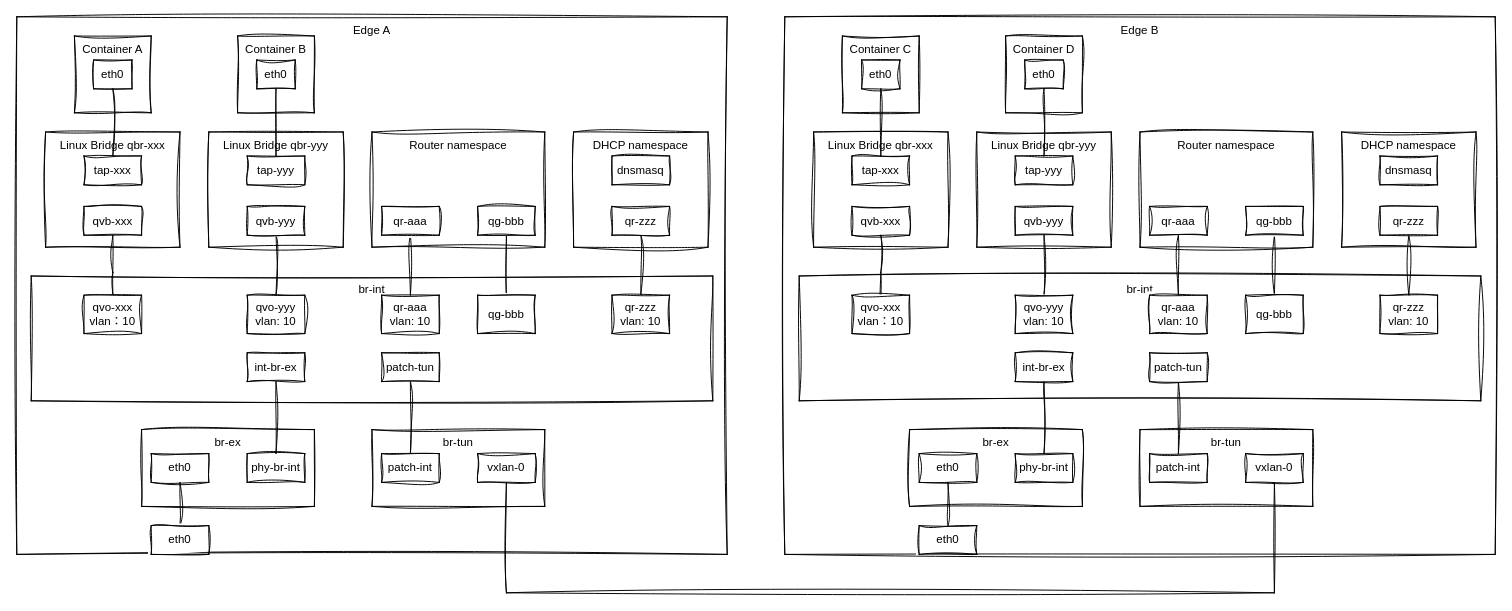
wangkuntian/draw keeps this draw.io diagram as page "多节点同一子网" (3 of 5) of test.drawio. Above is the earlier version. Source tidied: cells renumbered, new cells numbered last; positions are measured from the earlier drawing's top-left corner, leaving out a move shared by most shapes. Both pictures are drawn from the tidied source at 96%, with x=0, y=0 at pixel (16, 16).
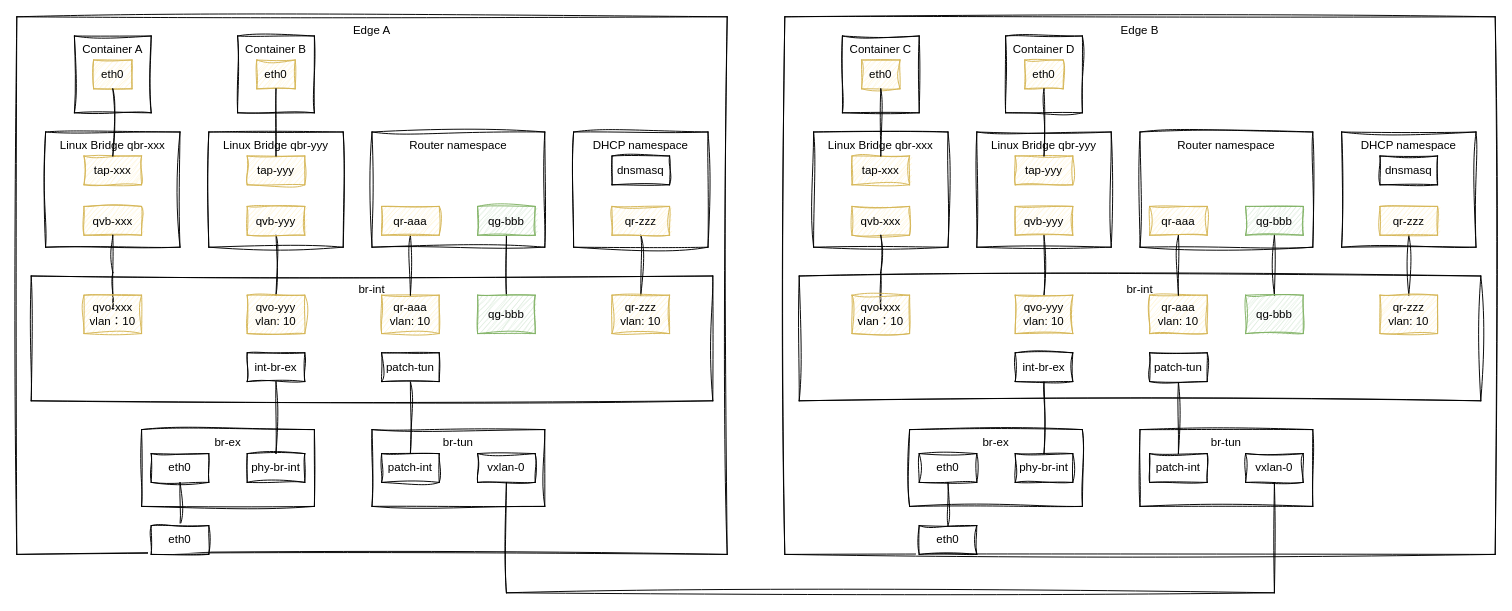
The same page after the edit.

What changed in the source:
```diff
@@
-    <mxCell id="2" value="Edge A" style="rounded=0;whiteSpace=wrap;html=1;verticalAlign=top;sketch=1;curveFitting=1;jiggle=2;" parent="1" vertex="1">
+    <mxCell id="2" value="Edge A" style="rounded=0;whiteSpace=wrap;html=1;verticalAlign=top;sketch=1;curveFitting=1;jiggle=2;fillColor=none;" parent="1" vertex="1">
       <mxGeometry width="740" height="560" as="geometry" />
     </mxCell>
-    <mxCell id="3" value="Container A" style="whiteSpace=wrap;html=1;verticalAlign=top;strokeColor=default;align=center;fontFamily=Helvetica;fontSize=12;fontColor=default;fillColor=default;sketch=1;curveFitting=1;jiggle=2;" parent="1" vertex="1">
+    <mxCell id="3" value="Container A" style="whiteSpace=wrap;html=1;verticalAlign=top;strokeColor=default;align=center;fontFamily=Helvetica;fontSize=12;fontColor=default;fillColor=none;sketch=1;curveFitting=1;jiggle=2;" parent="1" vertex="1">
       <mxGeometry x="60" y="20" width="80" height="80" as="geometry" />
     </mxCell>
-    <mxCell id="4" value="eth0" style="rounded=0;whiteSpace=wrap;html=1;sketch=1;curveFitting=1;jiggle=2;" parent="1" vertex="1">
+    <mxCell id="4" value="eth0" style="rounded=0;whiteSpace=wrap;html=1;sketch=1;curveFitting=1;jiggle=2;fillColor=#fff2cc;strokeColor=#d6b656;" parent="1" vertex="1">
       <mxGeometry x="80" y="45" width="40" height="30" as="geometry" />
     </mxCell>
-    <mxCell id="5" value="Linux Bridge qbr-xxx" style="rounded=0;whiteSpace=wrap;html=1;verticalAlign=top;sketch=1;curveFitting=1;jiggle=2;" parent="1" vertex="1">
+    <mxCell id="5" value="Linux Bridge qbr-xxx" style="rounded=0;whiteSpace=wrap;html=1;verticalAlign=top;sketch=1;curveFitting=1;jiggle=2;fillColor=none;" parent="1" vertex="1">
       <mxGeometry x="30" y="120" width="140" height="120" as="geometry" />
     </mxCell>
-    <mxCell id="6" value="tap-xxx" style="rounded=0;whiteSpace=wrap;html=1;sketch=1;curveFitting=1;jiggle=2;" parent="1" vertex="1">
+    <mxCell id="6" value="tap-xxx" style="rounded=0;whiteSpace=wrap;html=1;sketch=1;curveFitting=1;jiggle=2;fillColor=#fff2cc;strokeColor=#d6b656;" parent="1" vertex="1">
       <mxGeometry x="70" y="145" width="60" height="30" as="geometry" />
     </mxCell>
-    <mxCell id="7" value="qvb-xxx" style="rounded=0;whiteSpace=wrap;html=1;sketch=1;curveFitting=1;jiggle=2;" parent="1" vertex="1">
+    <mxCell id="7" value="qvb-xxx" style="rounded=0;whiteSpace=wrap;html=1;sketch=1;curveFitting=1;jiggle=2;fillColor=#fff2cc;strokeColor=#d6b656;" parent="1" vertex="1">
       <mxGeometry x="70" y="197.5" width="60" height="30" as="geometry" />
     </mxCell>
-    <mxCell id="8" value="br-int" style="rounded=0;whiteSpace=wrap;html=1;verticalAlign=top;sketch=1;curveFitting=1;jiggle=2;" parent="1" vertex="1">
+    <mxCell id="8" value="br-int" style="rounded=0;whiteSpace=wrap;html=1;verticalAlign=top;sketch=1;curveFitting=1;jiggle=2;fillColor=none;" parent="1" vertex="1">
       <mxGeometry x="15" y="270" width="710" height="130" as="geometry" />
     </mxCell>
-    <mxCell id="9" value="DHCP namespace" style="rounded=0;whiteSpace=wrap;html=1;verticalAlign=top;sketch=1;curveFitting=1;jiggle=2;" parent="1" vertex="1">
+    <mxCell id="9" value="DHCP namespace" style="rounded=0;whiteSpace=wrap;html=1;verticalAlign=top;sketch=1;curveFitting=1;jiggle=2;fillColor=none;" parent="1" vertex="1">
       <mxGeometry x="580" y="120" width="140" height="120" as="geometry" />
     </mxCell>
@@
-    <mxCell id="11" value="qr-zzz" style="rounded=0;whiteSpace=wrap;html=1;sketch=1;curveFitting=1;jiggle=2;" parent="1" vertex="1">
+    <mxCell id="11" value="qr-zzz" style="rounded=0;whiteSpace=wrap;html=1;sketch=1;curveFitting=1;jiggle=2;fillColor=#fff2cc;strokeColor=#d6b656;" parent="1" vertex="1">
       <mxGeometry x="620" y="197.5" width="60" height="30" as="geometry" />
     </mxCell>
-    <mxCell id="12" value="qr-aaa&lt;div&gt;vlan: 10&lt;/div&gt;" style="rounded=0;whiteSpace=wrap;html=1;sketch=1;curveFitting=1;jiggle=2;" parent="1" vertex="1">
+    <mxCell id="12" value="qr-aaa&lt;div&gt;vlan: 10&lt;/div&gt;" style="rounded=0;whiteSpace=wrap;html=1;sketch=1;curveFitting=1;jiggle=2;fillColor=#fff2cc;strokeColor=#d6b656;" parent="1" vertex="1">
       <mxGeometry x="380" y="290" width="60" height="40" as="geometry" />
     </mxCell>
-    <mxCell id="13" value="qr-zzz&lt;br&gt;vlan: 10" style="rounded=0;whiteSpace=wrap;html=1;sketch=1;curveFitting=1;jiggle=2;" parent="1" vertex="1">
+    <mxCell id="13" value="qr-zzz&lt;br&gt;vlan: 10" style="rounded=0;whiteSpace=wrap;html=1;sketch=1;curveFitting=1;jiggle=2;fillColor=#fff2cc;strokeColor=#d6b656;" parent="1" vertex="1">
       <mxGeometry x="620" y="290" width="60" height="40" as="geometry" />
     </mxCell>
@@
-    <mxCell id="15" value="Router namespace" style="rounded=0;whiteSpace=wrap;html=1;verticalAlign=top;sketch=1;curveFitting=1;jiggle=2;" parent="1" vertex="1">
+    <mxCell id="15" value="Router namespace" style="rounded=0;whiteSpace=wrap;html=1;verticalAlign=top;sketch=1;curveFitting=1;jiggle=2;fillColor=none;" parent="1" vertex="1">
       <mxGeometry x="370" y="120" width="180" height="120" as="geometry" />
     </mxCell>
@@
-    <mxCell id="17" value="qr-aaa" style="rounded=0;whiteSpace=wrap;html=1;sketch=1;curveFitting=1;jiggle=2;" parent="1" vertex="1">
+    <mxCell id="17" value="qr-aaa" style="rounded=0;whiteSpace=wrap;html=1;sketch=1;curveFitting=1;jiggle=2;fillColor=#fff2cc;strokeColor=#d6b656;" parent="1" vertex="1">
       <mxGeometry x="380" y="197.5" width="60" height="30" as="geometry" />
     </mxCell>
@@
-    <mxCell id="19" value="br-tun&lt;div&gt;&lt;br&gt;&lt;/div&gt;" style="rounded=0;whiteSpace=wrap;html=1;verticalAlign=top;sketch=1;curveFitting=1;jiggle=2;" parent="1" vertex="1">
+    <mxCell id="19" value="br-tun&lt;div&gt;&lt;br&gt;&lt;/div&gt;" style="rounded=0;whiteSpace=wrap;html=1;verticalAlign=top;sketch=1;curveFitting=1;jiggle=2;fillColor=none;" parent="1" vertex="1">
       <mxGeometry x="370" y="430" width="180" height="80" as="geometry" />
     </mxCell>
-    <mxCell id="20" value="br-ex&lt;div&gt;&lt;br&gt;&lt;/div&gt;" style="rounded=0;whiteSpace=wrap;html=1;verticalAlign=top;sketch=1;curveFitting=1;jiggle=2;" parent="1" vertex="1">
+    <mxCell id="20" value="br-ex&lt;div&gt;&lt;br&gt;&lt;/div&gt;" style="rounded=0;whiteSpace=wrap;html=1;verticalAlign=top;sketch=1;curveFitting=1;jiggle=2;fillColor=none;" parent="1" vertex="1">
       <mxGeometry x="130" y="430" width="180" height="80" as="geometry" />
     </mxCell>
@@
-    <mxCell id="26" value="qg-bbb" style="rounded=0;whiteSpace=wrap;html=1;sketch=1;curveFitting=1;jiggle=2;" parent="1" vertex="1">
+    <mxCell id="26" value="qg-bbb" style="rounded=0;whiteSpace=wrap;html=1;sketch=1;curveFitting=1;jiggle=2;fillColor=#d5e8d4;strokeColor=#82b366;" parent="1" vertex="1">
       <mxGeometry x="480" y="290" width="60" height="40" as="geometry" />
     </mxCell>
@@
-    <mxCell id="30" value="Container B" style="whiteSpace=wrap;html=1;verticalAlign=top;strokeColor=default;align=center;fontFamily=Helvetica;fontSize=12;fontColor=default;fillColor=default;sketch=1;curveFitting=1;jiggle=2;" parent="1" vertex="1">
+    <mxCell id="30" value="Container B" style="whiteSpace=wrap;html=1;verticalAlign=top;strokeColor=default;align=center;fontFamily=Helvetica;fontSize=12;fontColor=default;fillColor=none;sketch=1;curveFitting=1;jiggle=2;" parent="1" vertex="1">
       <mxGeometry x="230" y="20" width="80" height="80" as="geometry" />
     </mxCell>
-    <mxCell id="31" value="eth0" style="rounded=0;whiteSpace=wrap;html=1;sketch=1;curveFitting=1;jiggle=2;" parent="1" vertex="1">
+    <mxCell id="31" value="eth0" style="rounded=0;whiteSpace=wrap;html=1;sketch=1;curveFitting=1;jiggle=2;fillColor=#fff2cc;strokeColor=#d6b656;" parent="1" vertex="1">
       <mxGeometry x="250" y="45" width="40" height="30" as="geometry" />
     </mxCell>
-    <mxCell id="32" value="Linux Bridge qbr-yyy" style="rounded=0;whiteSpace=wrap;html=1;verticalAlign=top;sketch=1;curveFitting=1;jiggle=2;" parent="1" vertex="1">
+    <mxCell id="32" value="Linux Bridge qbr-yyy" style="rounded=0;whiteSpace=wrap;html=1;verticalAlign=top;sketch=1;curveFitting=1;jiggle=2;fillColor=none;" parent="1" vertex="1">
       <mxGeometry x="200" y="120" width="140" height="120" as="geometry" />
     </mxCell>
-    <mxCell id="33" value="tap-yyy" style="rounded=0;whiteSpace=wrap;html=1;sketch=1;curveFitting=1;jiggle=2;" parent="1" vertex="1">
+    <mxCell id="33" value="tap-yyy" style="rounded=0;whiteSpace=wrap;html=1;sketch=1;curveFitting=1;jiggle=2;fillColor=#fff2cc;strokeColor=#d6b656;" parent="1" vertex="1">
       <mxGeometry x="240" y="145" width="60" height="30" as="geometry" />
     </mxCell>
@@
-    <mxCell id="35" value="qvb-yyy" style="rounded=0;whiteSpace=wrap;html=1;sketch=1;curveFitting=1;jiggle=2;" parent="1" vertex="1">
+    <mxCell id="35" value="qvb-yyy" style="rounded=0;whiteSpace=wrap;html=1;sketch=1;curveFitting=1;jiggle=2;fillColor=#fff2cc;strokeColor=#d6b656;" parent="1" vertex="1">
       <mxGeometry x="240" y="197.5" width="60" height="30" as="geometry" />
     </mxCell>
@@
-    <mxCell id="37" value="qvo-xxx&lt;br&gt;vlan：10" style="rounded=0;whiteSpace=wrap;html=1;sketch=1;curveFitting=1;jiggle=2;" parent="1" vertex="1">
+    <mxCell id="37" value="qvo-xxx&lt;br&gt;vlan：10" style="rounded=0;whiteSpace=wrap;html=1;sketch=1;curveFitting=1;jiggle=2;fillColor=#fff2cc;strokeColor=#d6b656;" parent="1" vertex="1">
       <mxGeometry x="70" y="290" width="60" height="40" as="geometry" />
     </mxCell>
-    <mxCell id="38" value="qvo-yyy&lt;br&gt;vlan: 10" style="rounded=0;whiteSpace=wrap;html=1;sketch=1;curveFitting=1;jiggle=2;" parent="1" vertex="1">
+    <mxCell id="38" value="qvo-yyy&lt;br&gt;vlan: 10" style="rounded=0;whiteSpace=wrap;html=1;sketch=1;curveFitting=1;jiggle=2;fillColor=#fff2cc;strokeColor=#d6b656;" parent="1" vertex="1">
       <mxGeometry x="240" y="290" width="60" height="40" as="geometry" />
     </mxCell>
@@
-    <mxCell id="43" value="qg-bbb" style="rounded=0;whiteSpace=wrap;html=1;sketch=1;curveFitting=1;jiggle=2;" parent="1" vertex="1">
+    <mxCell id="43" value="qg-bbb" style="rounded=0;whiteSpace=wrap;html=1;sketch=1;curveFitting=1;jiggle=2;fillColor=#d5e8d4;strokeColor=#82b366;" parent="1" vertex="1">
       <mxGeometry x="480" y="197.5" width="60" height="30" as="geometry" />
     </mxCell>
-    <mxCell id="44" value="Edge B" style="rounded=0;whiteSpace=wrap;html=1;verticalAlign=top;sketch=1;curveFitting=1;jiggle=2;" parent="1" vertex="1">
+    <mxCell id="44" value="Edge B" style="rounded=0;whiteSpace=wrap;html=1;verticalAlign=top;sketch=1;curveFitting=1;jiggle=2;fillColor=none;" parent="1" vertex="1">
       <mxGeometry x="800" width="740" height="560" as="geometry" />
     </mxCell>
-    <mxCell id="45" value="Container C" style="whiteSpace=wrap;html=1;verticalAlign=top;strokeColor=default;align=center;fontFamily=Helvetica;fontSize=12;fontColor=default;fillColor=default;sketch=1;curveFitting=1;jiggle=2;" parent="1" vertex="1">
+    <mxCell id="45" value="Container C" style="whiteSpace=wrap;html=1;verticalAlign=top;strokeColor=default;align=center;fontFamily=Helvetica;fontSize=12;fontColor=default;fillColor=none;sketch=1;curveFitting=1;jiggle=2;" parent="1" vertex="1">
       <mxGeometry x="860" y="20" width="80" height="80" as="geometry" />
     </mxCell>
-    <mxCell id="46" value="eth0" style="rounded=0;whiteSpace=wrap;html=1;sketch=1;curveFitting=1;jiggle=2;" parent="1" vertex="1">
+    <mxCell id="46" value="eth0" style="rounded=0;whiteSpace=wrap;html=1;sketch=1;curveFitting=1;jiggle=2;fillColor=#fff2cc;strokeColor=#d6b656;" parent="1" vertex="1">
       <mxGeometry x="880" y="45" width="40" height="30" as="geometry" />
     </mxCell>
-    <mxCell id="47" value="Linux Bridge qbr-xxx" style="rounded=0;whiteSpace=wrap;html=1;verticalAlign=top;sketch=1;curveFitting=1;jiggle=2;" parent="1" vertex="1">
+    <mxCell id="47" value="Linux Bridge qbr-xxx" style="rounded=0;whiteSpace=wrap;html=1;verticalAlign=top;sketch=1;curveFitting=1;jiggle=2;fillColor=none;" parent="1" vertex="1">
       <mxGeometry x="830" y="120" width="140" height="120" as="geometry" />
     </mxCell>
-    <mxCell id="48" value="tap-xxx" style="rounded=0;whiteSpace=wrap;html=1;sketch=1;curveFitting=1;jiggle=2;" parent="1" vertex="1">
+    <mxCell id="48" value="tap-xxx" style="rounded=0;whiteSpace=wrap;html=1;sketch=1;curveFitting=1;jiggle=2;fillColor=#fff2cc;strokeColor=#d6b656;" parent="1" vertex="1">
       <mxGeometry x="870" y="145" width="60" height="30" as="geometry" />
     </mxCell>
-    <mxCell id="49" value="qvb-xxx" style="rounded=0;whiteSpace=wrap;html=1;sketch=1;curveFitting=1;jiggle=2;" parent="1" vertex="1">
+    <mxCell id="49" value="qvb-xxx" style="rounded=0;whiteSpace=wrap;html=1;sketch=1;curveFitting=1;jiggle=2;fillColor=#fff2cc;strokeColor=#d6b656;" parent="1" vertex="1">
       <mxGeometry x="870" y="197.5" width="60" height="30" as="geometry" />
     </mxCell>
-    <mxCell id="50" value="br-int" style="rounded=0;whiteSpace=wrap;html=1;verticalAlign=top;sketch=1;curveFitting=1;jiggle=2;" parent="1" vertex="1">
+    <mxCell id="50" value="br-int" style="rounded=0;whiteSpace=wrap;html=1;verticalAlign=top;sketch=1;curveFitting=1;jiggle=2;fillColor=none;" parent="1" vertex="1">
       <mxGeometry x="815" y="270" width="710" height="130" as="geometry" />
     </mxCell>
-    <mxCell id="51" value="DHCP namespace" style="rounded=0;whiteSpace=wrap;html=1;verticalAlign=top;sketch=1;curveFitting=1;jiggle=2;" parent="1" vertex="1">
+    <mxCell id="51" value="DHCP namespace" style="rounded=0;whiteSpace=wrap;html=1;verticalAlign=top;sketch=1;curveFitting=1;jiggle=2;fillColor=none;" parent="1" vertex="1">
       <mxGeometry x="1380" y="120" width="140" height="120" as="geometry" />
     </mxCell>
@@
-    <mxCell id="53" value="qr-zzz" style="rounded=0;whiteSpace=wrap;html=1;sketch=1;curveFitting=1;jiggle=2;" parent="1" vertex="1">
+    <mxCell id="53" value="qr-zzz" style="rounded=0;whiteSpace=wrap;html=1;sketch=1;curveFitting=1;jiggle=2;fillColor=#fff2cc;strokeColor=#d6b656;" parent="1" vertex="1">
       <mxGeometry x="1420" y="197.5" width="60" height="30" as="geometry" />
     </mxCell>
-    <mxCell id="54" value="qr-aaa&lt;div&gt;vlan: 10&lt;/div&gt;" style="rounded=0;whiteSpace=wrap;html=1;sketch=1;curveFitting=1;jiggle=2;" parent="1" vertex="1">
+    <mxCell id="54" value="qr-aaa&lt;div&gt;vlan: 10&lt;/div&gt;" style="rounded=0;whiteSpace=wrap;html=1;sketch=1;curveFitting=1;jiggle=2;fillColor=#fff2cc;strokeColor=#d6b656;" parent="1" vertex="1">
       <mxGeometry x="1180" y="290" width="60" height="40" as="geometry" />
     </mxCell>
-    <mxCell id="55" value="qr-zzz&lt;br&gt;vlan: 10" style="rounded=0;whiteSpace=wrap;html=1;sketch=1;curveFitting=1;jiggle=2;" parent="1" vertex="1">
+    <mxCell id="55" value="qr-zzz&lt;br&gt;vlan: 10" style="rounded=0;whiteSpace=wrap;html=1;sketch=1;curveFitting=1;jiggle=2;fillColor=#fff2cc;strokeColor=#d6b656;" parent="1" vertex="1">
       <mxGeometry x="1420" y="290" width="60" height="40" as="geometry" />
     </mxCell>
@@
-    <mxCell id="57" value="Router namespace" style="rounded=0;whiteSpace=wrap;html=1;verticalAlign=top;sketch=1;curveFitting=1;jiggle=2;" parent="1" vertex="1">
+    <mxCell id="57" value="Router namespace" style="rounded=0;whiteSpace=wrap;html=1;verticalAlign=top;sketch=1;curveFitting=1;jiggle=2;fillColor=none;" parent="1" vertex="1">
       <mxGeometry x="1170" y="120" width="180" height="120" as="geometry" />
     </mxCell>
@@
-    <mxCell id="59" value="qr-aaa" style="rounded=0;whiteSpace=wrap;html=1;sketch=1;curveFitting=1;jiggle=2;" parent="1" vertex="1">
+    <mxCell id="59" value="qr-aaa" style="rounded=0;whiteSpace=wrap;html=1;sketch=1;curveFitting=1;jiggle=2;fillColor=#fff2cc;strokeColor=#d6b656;" parent="1" vertex="1">
       <mxGeometry x="1180" y="197.5" width="60" height="30" as="geometry" />
     </mxCell>
@@
-    <mxCell id="61" value="br-tun&lt;div&gt;&lt;br&gt;&lt;/div&gt;" style="rounded=0;whiteSpace=wrap;html=1;verticalAlign=top;sketch=1;curveFitting=1;jiggle=2;" parent="1" vertex="1">
+    <mxCell id="61" value="br-tun&lt;div&gt;&lt;br&gt;&lt;/div&gt;" style="rounded=0;whiteSpace=wrap;html=1;verticalAlign=top;sketch=1;curveFitting=1;jiggle=2;fillColor=none;" parent="1" vertex="1">
       <mxGeometry x="1170" y="430" width="180" height="80" as="geometry" />
     </mxCell>
-    <mxCell id="62" value="br-ex&lt;div&gt;&lt;br&gt;&lt;/div&gt;" style="rounded=0;whiteSpace=wrap;html=1;verticalAlign=top;sketch=1;curveFitting=1;jiggle=2;" parent="1" vertex="1">
+    <mxCell id="62" value="br-ex&lt;div&gt;&lt;br&gt;&lt;/div&gt;" style="rounded=0;whiteSpace=wrap;html=1;verticalAlign=top;sketch=1;curveFitting=1;jiggle=2;fillColor=none;" parent="1" vertex="1">
       <mxGeometry x="930" y="430" width="180" height="80" as="geometry" />
     </mxCell>
@@
-    <mxCell id="68" value="qg-bbb" style="rounded=0;whiteSpace=wrap;html=1;sketch=1;curveFitting=1;jiggle=2;" parent="1" vertex="1">
+    <mxCell id="68" value="qg-bbb" style="rounded=0;whiteSpace=wrap;html=1;sketch=1;curveFitting=1;jiggle=2;fillColor=#d5e8d4;strokeColor=#82b366;" parent="1" vertex="1">
       <mxGeometry x="1280" y="290" width="60" height="40" as="geometry" />
     </mxCell>
@@
-    <mxCell id="73" value="Container D" style="whiteSpace=wrap;html=1;verticalAlign=top;strokeColor=default;align=center;fontFamily=Helvetica;fontSize=12;fontColor=default;fillColor=default;sketch=1;curveFitting=1;jiggle=2;" parent="1" vertex="1">
+    <mxCell id="73" value="Container D" style="whiteSpace=wrap;html=1;verticalAlign=top;strokeColor=default;align=center;fontFamily=Helvetica;fontSize=12;fontColor=default;fillColor=none;sketch=1;curveFitting=1;jiggle=2;" parent="1" vertex="1">
       <mxGeometry x="1030" y="20" width="80" height="80" as="geometry" />
     </mxCell>
-    <mxCell id="74" value="eth0" style="rounded=0;whiteSpace=wrap;html=1;sketch=1;curveFitting=1;jiggle=2;" parent="1" vertex="1">
+    <mxCell id="74" value="eth0" style="rounded=0;whiteSpace=wrap;html=1;sketch=1;curveFitting=1;jiggle=2;fillColor=#fff2cc;strokeColor=#d6b656;" parent="1" vertex="1">
       <mxGeometry x="1050" y="45" width="40" height="30" as="geometry" />
     </mxCell>
-    <mxCell id="75" value="Linux Bridge qbr-yyy" style="rounded=0;whiteSpace=wrap;html=1;verticalAlign=top;sketch=1;curveFitting=1;jiggle=2;" parent="1" vertex="1">
+    <mxCell id="75" value="Linux Bridge qbr-yyy" style="rounded=0;whiteSpace=wrap;html=1;verticalAlign=top;sketch=1;curveFitting=1;jiggle=2;fillColor=none;" parent="1" vertex="1">
       <mxGeometry x="1000" y="120" width="140" height="120" as="geometry" />
     </mxCell>
-    <mxCell id="76" value="tap-yyy" style="rounded=0;whiteSpace=wrap;html=1;sketch=1;curveFitting=1;jiggle=2;" parent="1" vertex="1">
+    <mxCell id="76" value="tap-yyy" style="rounded=0;whiteSpace=wrap;html=1;sketch=1;curveFitting=1;jiggle=2;fillColor=#fff2cc;strokeColor=#d6b656;" parent="1" vertex="1">
       <mxGeometry x="1040" y="145" width="60" height="30" as="geometry" />
     </mxCell>
@@
-    <mxCell id="78" value="qvb-yyy" style="rounded=0;whiteSpace=wrap;html=1;sketch=1;curveFitting=1;jiggle=2;" parent="1" vertex="1">
+    <mxCell id="78" value="qvb-yyy" style="rounded=0;whiteSpace=wrap;html=1;sketch=1;curveFitting=1;jiggle=2;fillColor=#fff2cc;strokeColor=#d6b656;" parent="1" vertex="1">
       <mxGeometry x="1040" y="197.5" width="60" height="30" as="geometry" />
     </mxCell>
@@
-    <mxCell id="80" value="qvo-xxx&lt;br&gt;vlan：10" style="rounded=0;whiteSpace=wrap;html=1;sketch=1;curveFitting=1;jiggle=2;" parent="1" vertex="1">
+    <mxCell id="80" value="qvo-xxx&lt;br&gt;vlan：10" style="rounded=0;whiteSpace=wrap;html=1;sketch=1;curveFitting=1;jiggle=2;fillColor=#fff2cc;strokeColor=#d6b656;" parent="1" vertex="1">
       <mxGeometry x="870" y="290" width="60" height="40" as="geometry" />
     </mxCell>
-    <mxCell id="81" value="qvo-yyy&lt;br&gt;vlan: 10" style="rounded=0;whiteSpace=wrap;html=1;sketch=1;curveFitting=1;jiggle=2;" parent="1" vertex="1">
+    <mxCell id="81" value="qvo-yyy&lt;br&gt;vlan: 10" style="rounded=0;whiteSpace=wrap;html=1;sketch=1;curveFitting=1;jiggle=2;fillColor=#fff2cc;strokeColor=#d6b656;" parent="1" vertex="1">
       <mxGeometry x="1040" y="290" width="60" height="40" as="geometry" />
     </mxCell>
@@
-    <mxCell id="86" value="qg-bbb" style="rounded=0;whiteSpace=wrap;html=1;sketch=1;curveFitting=1;jiggle=2;" parent="1" vertex="1">
+    <mxCell id="86" value="qg-bbb" style="rounded=0;whiteSpace=wrap;html=1;sketch=1;curveFitting=1;jiggle=2;fillColor=#d5e8d4;strokeColor=#82b366;" parent="1" vertex="1">
       <mxGeometry x="1280" y="197.5" width="60" height="30" as="geometry" />
     </mxCell>
```
